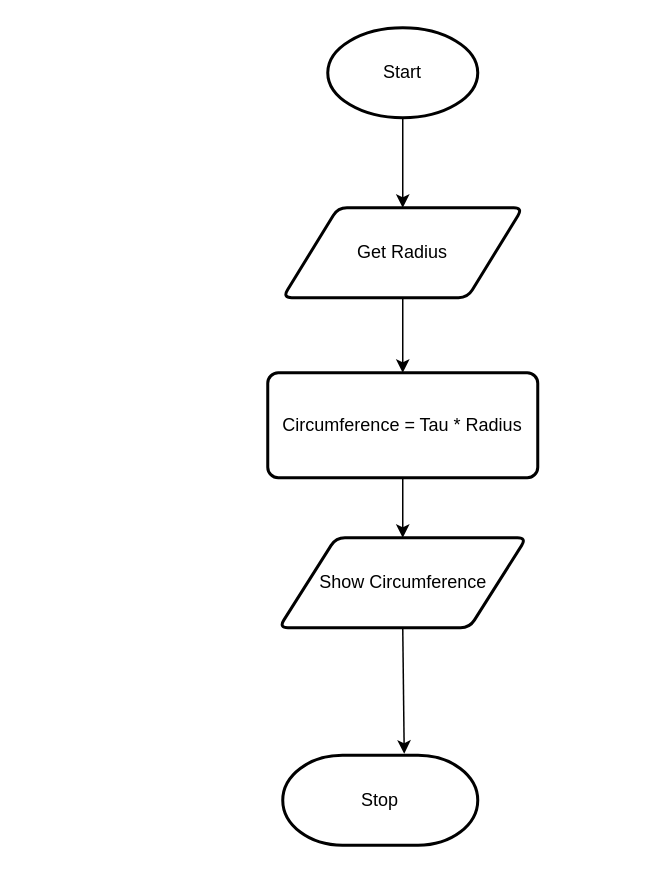
Before: flowchart.drawio in Ethan-Prieur1/ICS3U-Assignment5-Python, a draw.io diagram. Source tidied: cells renumbered, new cells numbered last; positions are measured from the earlier drawing's top-left corner, leaving out a move shared by most shapes. Both pictures are drawn from the tidied source at 150%, with x=0, y=0 at pixel (267, 27).
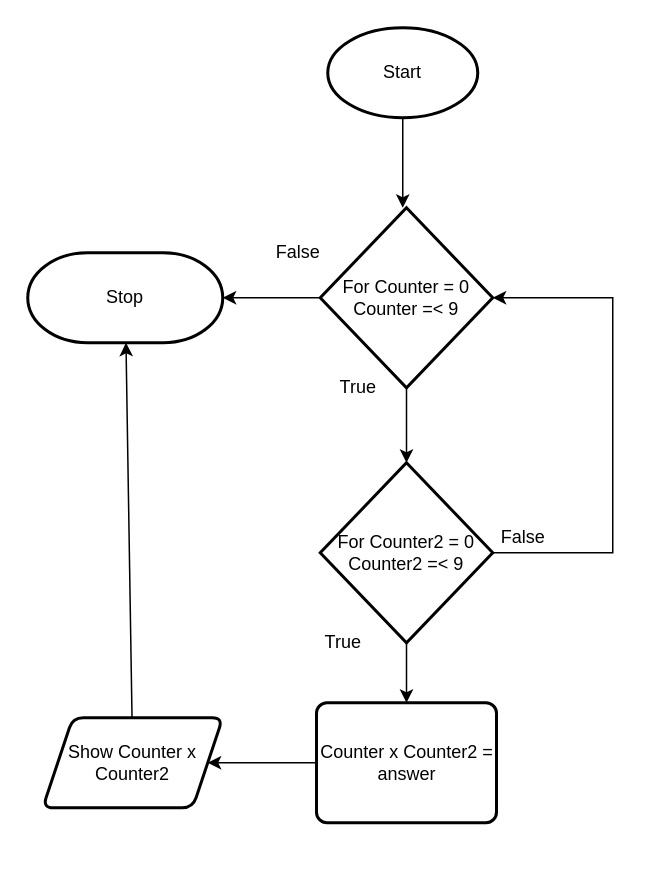
After the change.

Unchanged cells that the change refers to:
```xml
<mxCell id="3" value="Start" style="strokeWidth=2;html=1;shape=mxgraph.flowchart.start_1;whiteSpace=wrap;" parent="1" vertex="1">
  <mxGeometry x="40" width="100" height="60" as="geometry" />
</mxCell>
```

The edit, as a diff of the source:
```diff
@@
-    <mxCell id="2" style="edgeStyle=none;html=1;exitX=0.5;exitY=1;exitDx=0;exitDy=0;exitPerimeter=0;entryX=0.5;entryY=0;entryDx=0;entryDy=0;" parent="1" edge="1" source="3" target="5">
-      <mxGeometry relative="1" as="geometry" />
+    <mxCell id="2" style="edgeStyle=none;html=1;exitX=0.5;exitY=1;exitDx=0;exitDy=0;exitPerimeter=0;entryX=0.5;entryY=0;entryDx=0;entryDy=0;" parent="1" edge="1" source="3">
+      <mxGeometry relative="1" as="geometry">
+        <mxPoint x="90" y="120" as="targetPoint" />
+      </mxGeometry>
     </mxCell>
@@
-    <mxCell id="4" style="edgeStyle=none;html=1;exitX=0.5;exitY=1;exitDx=0;exitDy=0;entryX=0.5;entryY=0;entryDx=0;entryDy=0;" parent="1" edge="1" source="5" target="7">
-      <mxGeometry relative="1" as="geometry" />
-    </mxCell>
-    <mxCell id="5" value="Get Radius" style="shape=parallelogram;html=1;strokeWidth=2;perimeter=parallelogramPerimeter;whiteSpace=wrap;rounded=1;arcSize=12;size=0.23;" parent="1" vertex="1">
-      <mxGeometry x="10" y="120" width="160" height="60" as="geometry" />
-    </mxCell>
-    <mxCell id="6" style="edgeStyle=none;html=1;exitX=0.5;exitY=1;exitDx=0;exitDy=0;entryX=0.5;entryY=0;entryDx=0;entryDy=0;" parent="1" edge="1" source="7" target="9">
-      <mxGeometry relative="1" as="geometry" />
-    </mxCell>
-    <mxCell id="7" value="Circumference = Tau * Radius" style="rounded=1;whiteSpace=wrap;html=1;absoluteArcSize=1;arcSize=14;strokeWidth=2;" parent="1" vertex="1">
-      <mxGeometry y="230" width="180" height="70" as="geometry" />
-    </mxCell>
+    <mxCell id="10" value="Stop" style="strokeWidth=2;html=1;shape=mxgraph.flowchart.terminator;whiteSpace=wrap;" parent="1" vertex="1">
+      <mxGeometry x="-160" y="150" width="130" height="60" as="geometry" />
+    </mxCell>
+    <mxCell id="11" style="edgeStyle=none;html=1;" parent="1" edge="1" source="8" target="15">
+      <mxGeometry relative="1" as="geometry" />
+    </mxCell>
+    <mxCell id="12" style="edgeStyle=orthogonalEdgeStyle;rounded=0;html=1;" parent="1" edge="1" source="8" target="10">
+      <mxGeometry relative="1" as="geometry" />
+    </mxCell>
-    <mxCell id="8" style="edgeStyle=none;html=1;exitX=0.5;exitY=1;exitDx=0;exitDy=0;entryX=0.623;entryY=-0.017;entryDx=0;entryDy=0;entryPerimeter=0;" parent="1" edge="1" source="9" target="10">
-      <mxGeometry relative="1" as="geometry" />
+    <mxCell id="8" value="For Counter = 0&lt;br&gt;Counter =&amp;lt; 9&lt;br&gt;" style="strokeWidth=2;html=1;shape=mxgraph.flowchart.decision;whiteSpace=wrap;" parent="1" vertex="1">
+      <mxGeometry x="35" y="120" width="115" height="120" as="geometry" />
     </mxCell>
-    <mxCell id="9" value="Show Circumference" style="shape=parallelogram;html=1;strokeWidth=2;perimeter=parallelogramPerimeter;whiteSpace=wrap;rounded=1;arcSize=12;size=0.23;" parent="1" vertex="1">
-      <mxGeometry x="7.5" y="340" width="165" height="60" as="geometry" />
-    </mxCell>
-    <mxCell id="10" value="Stop" style="strokeWidth=2;html=1;shape=mxgraph.flowchart.terminator;whiteSpace=wrap;" parent="1" vertex="1">
-      <mxGeometry x="10" y="485" width="130" height="60" as="geometry" />
-    </mxCell>
+    <mxCell id="13" style="edgeStyle=none;html=1;" parent="1" edge="1" source="15" target="17">
+      <mxGeometry relative="1" as="geometry" />
+    </mxCell>
+    <mxCell id="14" style="edgeStyle=orthogonalEdgeStyle;html=1;entryX=1;entryY=0.5;entryDx=0;entryDy=0;entryPerimeter=0;rounded=0;" parent="1" edge="1" source="15" target="8">
+      <mxGeometry relative="1" as="geometry">
+        <Array as="points">
+          <mxPoint x="230" y="350" />
+          <mxPoint x="230" y="180" />
+        </Array>
+      </mxGeometry>
+    </mxCell>
+    <mxCell id="15" value="For Counter2 = 0&lt;br&gt;Counter2 =&amp;lt; 9" style="strokeWidth=2;html=1;shape=mxgraph.flowchart.decision;whiteSpace=wrap;" parent="1" vertex="1">
+      <mxGeometry x="35" y="290" width="115" height="120" as="geometry" />
+    </mxCell>
+    <mxCell id="16" style="edgeStyle=none;html=1;" parent="1" edge="1" source="17" target="19">
+      <mxGeometry relative="1" as="geometry" />
+    </mxCell>
+    <mxCell id="17" value="Counter x Counter2 = answer" style="rounded=1;whiteSpace=wrap;html=1;absoluteArcSize=1;arcSize=14;strokeWidth=2;" parent="1" vertex="1">
+      <mxGeometry x="32.5" y="450" width="120" height="80" as="geometry" />
+    </mxCell>
+    <mxCell id="18" style="edgeStyle=none;html=1;" parent="1" edge="1" source="19" target="10">
+      <mxGeometry relative="1" as="geometry" />
+    </mxCell>
+    <mxCell id="19" value="Show Counter x Counter2" style="shape=parallelogram;perimeter=parallelogramPerimeter;whiteSpace=wrap;html=1;fixedSize=1;rounded=1;arcSize=14;strokeWidth=2;" parent="1" vertex="1">
+      <mxGeometry x="-150" y="460" width="120" height="60" as="geometry" />
+    </mxCell>
+    <mxCell id="20" value="True" style="text;html=1;align=center;verticalAlign=middle;strokeColor=none;fillColor=none;" parent="1" vertex="1">
+      <mxGeometry x="40" y="230" width="40" height="20" as="geometry" />
+    </mxCell>
+    <mxCell id="21" value="True" style="text;html=1;align=center;verticalAlign=middle;strokeColor=none;fillColor=none;" parent="1" vertex="1">
+      <mxGeometry x="30" y="400" width="40" height="20" as="geometry" />
+    </mxCell>
+    <mxCell id="22" value="False" style="text;html=1;align=center;verticalAlign=middle;strokeColor=none;fillColor=none;" parent="1" vertex="1">
+      <mxGeometry x="-5" y="140" width="50" height="20" as="geometry" />
+    </mxCell>
+    <mxCell id="23" value="False" style="text;html=1;align=center;verticalAlign=middle;strokeColor=none;fillColor=none;" parent="1" vertex="1">
+      <mxGeometry x="145" y="330" width="50" height="20" as="geometry" />
+    </mxCell>
```
